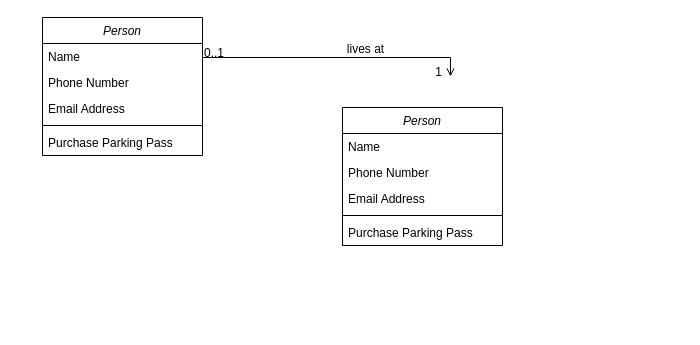
mlahcen13/diagram keeps this draw.io diagram as MLD quicksight users.drawio. Above is the earlier version. Source tidied: cells renumbered, new cells numbered last; positions are measured from the earlier drawing's top-left corner, leaving out a move shared by most shapes. Both pictures are drawn from the tidied source at 100%, with x=0, y=0 at pixel (42, 17).
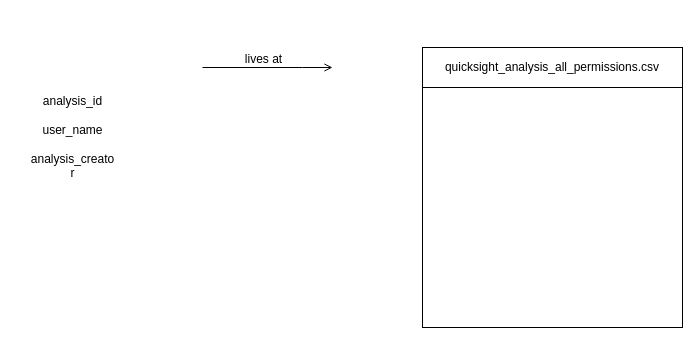
After the change.

Commit message:
Mettre à jour MLD quicksight users.drawio

The edit, as a diff of the source:
```diff
@@
-    <mxCell id="2" value="Person" style="swimlane;fontStyle=2;align=center;verticalAlign=top;horizontal=1;startSize=26;rounded=0;shadow=0;strokeWidth=1;" parent="1" vertex="1">
-      <mxGeometry width="160" height="138" as="geometry" />
-    </mxCell>
-    <mxCell id="3" value="Name" style="text;align=left;verticalAlign=top;spacingLeft=4;spacingRight=4;overflow=hidden;" parent="2" vertex="1">
-      <mxGeometry y="26" width="160" height="26" as="geometry" />
-    </mxCell>
-    <mxCell id="4" value="Phone Number" style="text;align=left;verticalAlign=top;spacingLeft=4;spacingRight=4;overflow=hidden;rounded=0;shadow=0;html=0;" parent="2" vertex="1">
-      <mxGeometry y="52" width="160" height="26" as="geometry" />
-    </mxCell>
-    <mxCell id="5" value="Email Address" style="text;align=left;verticalAlign=top;spacingLeft=4;spacingRight=4;overflow=hidden;rounded=0;shadow=0;html=0;" parent="2" vertex="1">
-      <mxGeometry y="78" width="160" height="26" as="geometry" />
-    </mxCell>
-    <mxCell id="6" style="line;html=1;strokeWidth=1;align=left;verticalAlign=middle;spacingTop=-1;spacingLeft=3;spacingRight=3;labelPosition=right;" parent="2" vertex="1">
-      <mxGeometry y="104" width="160" height="8" as="geometry" />
-    </mxCell>
-    <mxCell id="7" value="Purchase Parking Pass" style="text;align=left;verticalAlign=top;spacingLeft=4;spacingRight=4;overflow=hidden;" parent="2" vertex="1">
-      <mxGeometry y="112" width="160" height="26" as="geometry" />
-    </mxCell>
-    <mxCell id="8" style="endArrow=open;shadow=0;strokeWidth=1;rounded=0;endFill=1;edgeStyle=elbowEdgeStyle;elbow=vertical;" parent="1" edge="1" source="2">
+    <mxCell id="8" style="endArrow=open;shadow=0;strokeWidth=1;rounded=0;endFill=1;edgeStyle=elbowEdgeStyle;elbow=vertical;" parent="1" edge="1">
       <mxGeometry x="0.5" y="41" relative="1" as="geometry">
-        <mxPoint x="408" y="59" as="targetPoint" />
+        <mxPoint x="160" y="50" as="sourcePoint" />
+        <mxPoint x="290" y="50" as="targetPoint" />
         <Array as="points">
-          <mxPoint x="440" y="40" />
+          <mxPoint x="260" y="50" />
         </Array>
         <mxPoint x="-40" y="32" as="offset" />
       </mxGeometry>
     </mxCell>
-    <mxCell id="9" value="0..1" style="align=left;verticalAlign=bottom;labelBackgroundColor=none;fontSize=12;" parent="8" vertex="1">
+    <mxCell id="9" style="align=left;verticalAlign=bottom;labelBackgroundColor=none;fontSize=12;" parent="8" vertex="1">
       <mxGeometry x="-1" relative="1" as="geometry">
         <mxPoint y="4" as="offset" />
       </mxGeometry>
     </mxCell>
-    <mxCell id="10" value="1" style="align=right;verticalAlign=bottom;labelBackgroundColor=none;fontSize=12;" parent="8" vertex="1">
-      <mxGeometry x="1" relative="1" as="geometry">
-        <mxPoint x="-7" y="4" as="offset" />
-      </mxGeometry>
-    </mxCell>
@@
-    <mxCell id="12" value="Person" style="swimlane;fontStyle=2;align=center;verticalAlign=top;horizontal=1;startSize=26;rounded=0;shadow=0;strokeWidth=1;" parent="1" vertex="1">
-      <mxGeometry x="300" y="90" width="160" height="138" as="geometry" />
-    </mxCell>
-    <mxCell id="13" value="Name" style="text;align=left;verticalAlign=top;spacingLeft=4;spacingRight=4;overflow=hidden;" parent="12" vertex="1">
-      <mxGeometry y="26" width="160" height="26" as="geometry" />
-    </mxCell>
-    <mxCell id="14" value="Phone Number" style="text;align=left;verticalAlign=top;spacingLeft=4;spacingRight=4;overflow=hidden;rounded=0;shadow=0;html=0;" parent="12" vertex="1">
-      <mxGeometry y="52" width="160" height="26" as="geometry" />
-    </mxCell>
-    <mxCell id="15" value="Email Address" style="text;align=left;verticalAlign=top;spacingLeft=4;spacingRight=4;overflow=hidden;rounded=0;shadow=0;html=0;" parent="12" vertex="1">
-      <mxGeometry y="78" width="160" height="26" as="geometry" />
-    </mxCell>
-    <mxCell id="16" style="line;html=1;strokeWidth=1;align=left;verticalAlign=middle;spacingTop=-1;spacingLeft=3;spacingRight=3;labelPosition=right;" parent="12" vertex="1">
-      <mxGeometry y="104" width="160" height="8" as="geometry" />
-    </mxCell>
-    <mxCell id="17" value="Purchase Parking Pass" style="text;align=left;verticalAlign=top;spacingLeft=4;spacingRight=4;overflow=hidden;" parent="12" vertex="1">
-      <mxGeometry y="112" width="160" height="26" as="geometry" />
-    </mxCell>
+    <mxCell id="18" value="quicksight_analysis_all_permissions.csv " style="rounded=0;whiteSpace=wrap;html=1;" parent="1" vertex="1">
+      <mxGeometry x="380" y="30" width="260" height="40" as="geometry" />
+    </mxCell>
+    <mxCell id="19" style="rounded=0;whiteSpace=wrap;html=1;" parent="1" vertex="1">
+      <mxGeometry x="380" y="70" width="260" height="240" as="geometry" />
+    </mxCell>
+    <mxCell id="20" value="&lt;div&gt;analysis_id&lt;/div&gt;&lt;div&gt;&lt;br&gt;&lt;/div&gt;&lt;div&gt;user_name&lt;/div&gt;&lt;div&gt;&lt;br&gt;&lt;/div&gt;&lt;div&gt;analysis_creato&lt;/div&gt;&lt;div&gt;r&lt;br&gt;&lt;/div&gt;" style="text;html=1;align=center;verticalAlign=middle;strokeColor=none;fillColor=none;" parent="1" vertex="1">
+      <mxGeometry x="-25" y="70" width="110" height="100" as="geometry" />
+    </mxCell>
```
